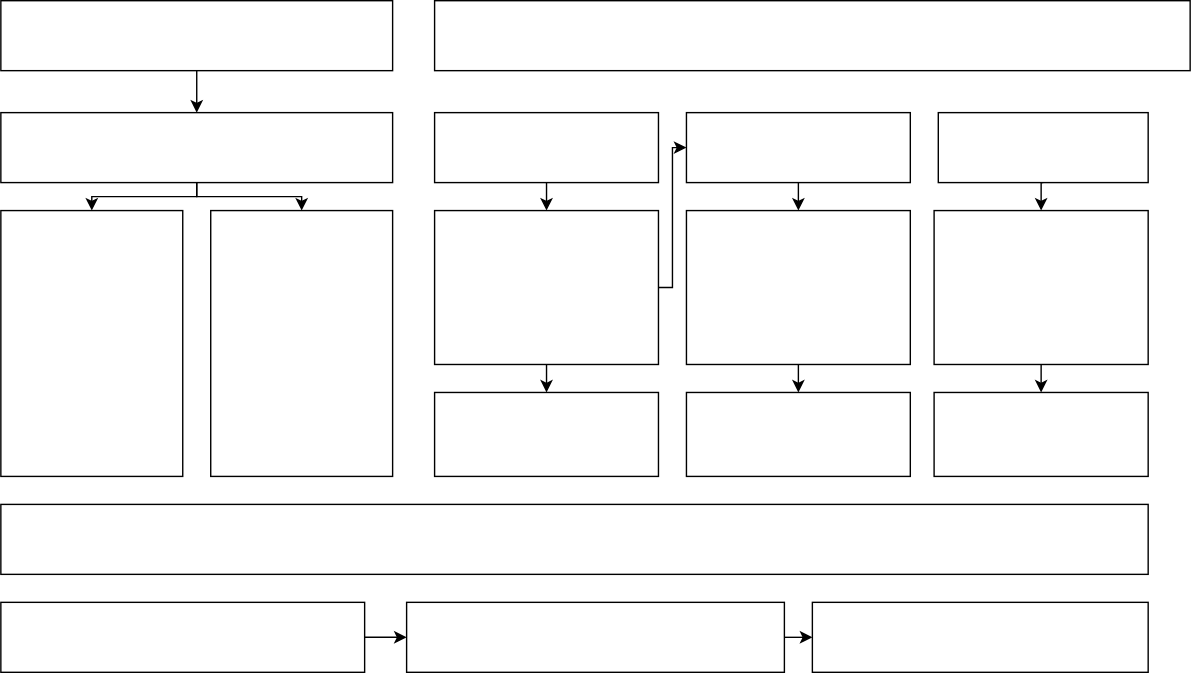
The draw.io diagram 流程1.svg in RyunMi/Math-model-code, before a commit. Source tidied: cells renumbered, new cells last; positions are measured from the earlier drawing's top-left corner, leaving out a move shared by most shapes.
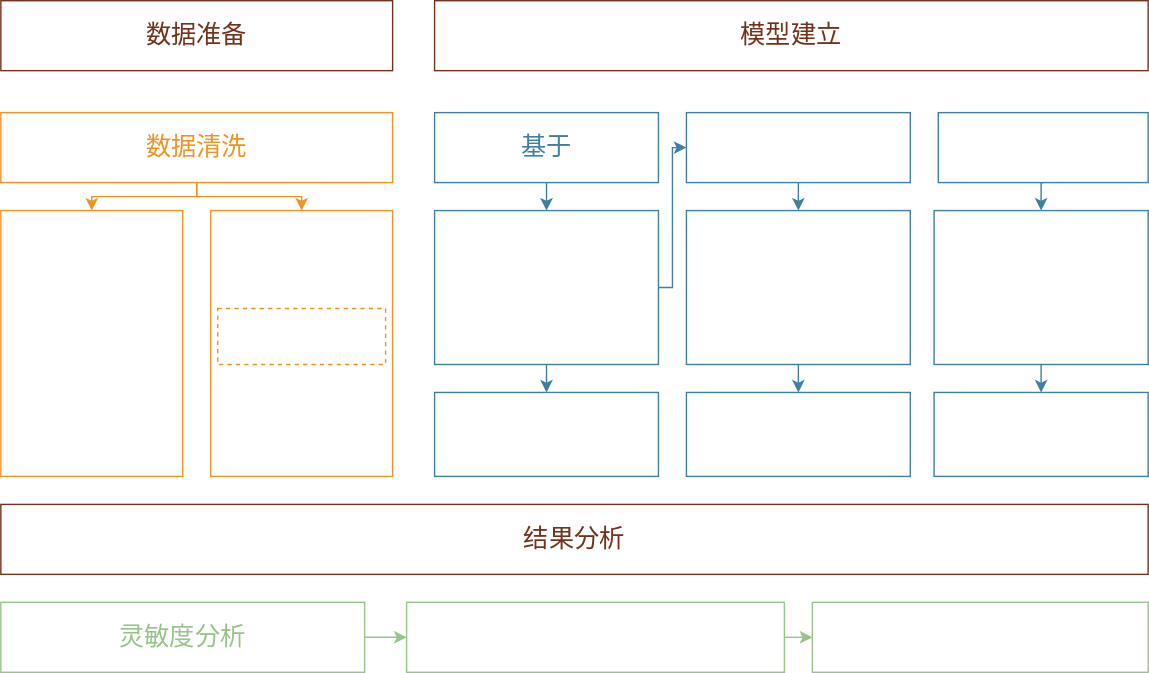
After the commit.

Change to the diagram source:
```diff
@@ -1,14 +1,11 @@
-<mxGraphModel>
+<mxGraphModel math="1">
   <root>
     <mxCell id="0" />
     <mxCell id="1" parent="0" />
-    <mxCell id="2" style="edgeStyle=orthogonalEdgeStyle;rounded=0;jettySize=auto;html=1;exitX=0.5;exitY=1;exitDx=0;exitDy=0;entryX=0.5;entryY=0;entryDx=0;entryDy=0;" parent="1" edge="1" source="3" target="6">
-      <mxGeometry relative="1" as="geometry" />
-    </mxCell>
-    <mxCell id="3" style="rounded=0;whiteSpace=wrap;html=1;" parent="1" vertex="1">
+    <mxCell id="3" value="&lt;font color=&quot;#74321a&quot; style=&quot;font-size: 18px&quot;&gt;数据准备&lt;/font&gt;" style="rounded=0;whiteSpace=wrap;html=1;fillColor=#FFFFFF;strokeColor=#74321A;" parent="1" vertex="1">
       <mxGeometry width="280" height="50" as="geometry" />
     </mxCell>
-    <mxCell id="4" style="edgeStyle=orthogonalEdgeStyle;rounded=0;jettySize=auto;html=1;exitX=0.5;exitY=1;exitDx=0;exitDy=0;entryX=0.5;entryY=0;entryDx=0;entryDy=0;" parent="1" edge="1" source="6" target="8">
+    <mxCell id="4" style="edgeStyle=orthogonalEdgeStyle;rounded=0;jettySize=auto;html=1;exitX=0.5;exitY=1;exitDx=0;exitDy=0;entryX=0.5;entryY=0;entryDx=0;entryDy=0;strokeColor=#F29224;" parent="1" edge="1" source="6" target="8">
       <mxGeometry relative="1" as="geometry">
         <Array as="points">
           <mxPoint x="140" y="140" />
@@ -16,7 +13,7 @@
         </Array>
       </mxGeometry>
     </mxCell>
-    <mxCell id="5" style="edgeStyle=orthogonalEdgeStyle;rounded=0;jettySize=auto;html=1;exitX=0.5;exitY=1;exitDx=0;exitDy=0;entryX=0.5;entryY=0;entryDx=0;entryDy=0;" parent="1" edge="1" source="6" target="9">
+    <mxCell id="5" style="edgeStyle=orthogonalEdgeStyle;rounded=0;jettySize=auto;html=1;exitX=0.5;exitY=1;exitDx=0;exitDy=0;entryX=0.5;entryY=0;entryDx=0;entryDy=0;strokeColor=#F29224;" parent="1" edge="1" source="6" target="9">
       <mxGeometry relative="1" as="geometry">
         <Array as="points">
           <mxPoint x="140" y="140" />
@@ -24,43 +21,43 @@
         </Array>
       </mxGeometry>
     </mxCell>
-    <mxCell id="6" style="rounded=0;whiteSpace=wrap;html=1;" parent="1" vertex="1">
+    <mxCell id="6" value="&lt;font color=&quot;#f29224&quot; style=&quot;font-size: 18px&quot;&gt;数据清洗&lt;/font&gt;" style="rounded=0;whiteSpace=wrap;html=1;strokeColor=#F29224;" parent="1" vertex="1">
       <mxGeometry y="80" width="280" height="50" as="geometry" />
     </mxCell>
-    <mxCell id="7" style="rounded=0;whiteSpace=wrap;html=1;" parent="1" vertex="1">
-      <mxGeometry x="310" width="540" height="50" as="geometry" />
+    <mxCell id="7" value="&lt;font color=&quot;#74321a&quot; style=&quot;font-size: 18px&quot;&gt;模型建立&lt;/font&gt;" style="rounded=0;whiteSpace=wrap;html=1;fillColor=#FFFFFF;strokeColor=#74321A;" parent="1" vertex="1">
+      <mxGeometry x="310" width="510" height="50" as="geometry" />
     </mxCell>
-    <mxCell id="8" style="rounded=0;whiteSpace=wrap;html=1;" parent="1" vertex="1">
+    <mxCell id="8" style="rounded=0;whiteSpace=wrap;html=1;strokeColor=#F29224;" parent="1" vertex="1">
       <mxGeometry y="150" width="130" height="190" as="geometry" />
     </mxCell>
-    <mxCell id="9" style="rounded=0;whiteSpace=wrap;html=1;" parent="1" vertex="1">
+    <mxCell id="9" style="rounded=0;whiteSpace=wrap;html=1;strokeColor=#F29224;" parent="1" vertex="1">
       <mxGeometry x="150" y="150" width="130" height="190" as="geometry" />
     </mxCell>
-    <mxCell id="10" style="edgeStyle=orthogonalEdgeStyle;rounded=0;jettySize=auto;html=1;exitX=0.5;exitY=1;exitDx=0;exitDy=0;entryX=0.5;entryY=0;entryDx=0;entryDy=0;" parent="1" edge="1" source="11" target="19">
+    <mxCell id="10" style="edgeStyle=orthogonalEdgeStyle;rounded=0;jettySize=auto;html=1;exitX=0.5;exitY=1;exitDx=0;exitDy=0;entryX=0.5;entryY=0;entryDx=0;entryDy=0;strokeColor=#3E7FA3;" parent="1" edge="1" source="11" target="19">
       <mxGeometry relative="1" as="geometry" />
     </mxCell>
-    <mxCell id="11" style="rounded=0;whiteSpace=wrap;html=1;" parent="1" vertex="1">
+    <mxCell id="11" value="&lt;font style=&quot;font-size: 18px&quot; color=&quot;#3e7fa3&quot;&gt;基于&lt;/font&gt;" style="rounded=0;whiteSpace=wrap;html=1;strokeColor=#3E7FA3;" parent="1" vertex="1">
       <mxGeometry x="310" y="80" width="160" height="50" as="geometry" />
     </mxCell>
-    <mxCell id="12" style="edgeStyle=orthogonalEdgeStyle;rounded=0;jettySize=auto;html=1;exitX=0.5;exitY=1;exitDx=0;exitDy=0;entryX=0.5;entryY=0;entryDx=0;entryDy=0;" parent="1" edge="1" source="13" target="22">
+    <mxCell id="12" style="edgeStyle=orthogonalEdgeStyle;rounded=0;jettySize=auto;html=1;exitX=0.5;exitY=1;exitDx=0;exitDy=0;entryX=0.5;entryY=0;entryDx=0;entryDy=0;strokeColor=#3E7FA3;" parent="1" edge="1" source="13" target="22">
       <mxGeometry relative="1" as="geometry" />
     </mxCell>
-    <mxCell id="13" style="rounded=0;whiteSpace=wrap;html=1;" parent="1" vertex="1">
+    <mxCell id="13" style="rounded=0;whiteSpace=wrap;html=1;strokeColor=#3E7FA3;" parent="1" vertex="1">
       <mxGeometry x="490" y="80" width="160" height="50" as="geometry" />
     </mxCell>
-    <mxCell id="14" style="edgeStyle=orthogonalEdgeStyle;rounded=0;jettySize=auto;html=1;exitX=0.5;exitY=1;exitDx=0;exitDy=0;entryX=0.5;entryY=0;entryDx=0;entryDy=0;" parent="1" edge="1" source="15" target="25">
+    <mxCell id="14" style="edgeStyle=orthogonalEdgeStyle;rounded=0;jettySize=auto;html=1;exitX=0.5;exitY=1;exitDx=0;exitDy=0;entryX=0.5;entryY=0;entryDx=0;entryDy=0;strokeColor=#3E7FA3;" parent="1" edge="1" source="15" target="25">
       <mxGeometry relative="1" as="geometry" />
     </mxCell>
-    <mxCell id="15" style="rounded=0;whiteSpace=wrap;html=1;" parent="1" vertex="1">
+    <mxCell id="15" style="rounded=0;whiteSpace=wrap;html=1;strokeColor=#3E7FA3;" parent="1" vertex="1">
       <mxGeometry x="670" y="80" width="150" height="50" as="geometry" />
     </mxCell>
-    <mxCell id="16" style="rounded=0;whiteSpace=wrap;html=1;" parent="1" vertex="1">
+    <mxCell id="16" value="&lt;font color=&quot;#74321a&quot; style=&quot;font-size: 18px&quot;&gt;结果分析&lt;/font&gt;" style="rounded=0;whiteSpace=wrap;html=1;strokeColor=#74321A;" parent="1" vertex="1">
       <mxGeometry y="360" width="820" height="50" as="geometry" />
     </mxCell>
-    <mxCell id="17" style="edgeStyle=orthogonalEdgeStyle;rounded=0;jettySize=auto;html=1;exitX=0.5;exitY=1;exitDx=0;exitDy=0;entryX=0.5;entryY=0;entryDx=0;entryDy=0;" parent="1" edge="1" source="19" target="20">
+    <mxCell id="17" style="edgeStyle=orthogonalEdgeStyle;rounded=0;jettySize=auto;html=1;exitX=0.5;exitY=1;exitDx=0;exitDy=0;entryX=0.5;entryY=0;entryDx=0;entryDy=0;strokeColor=#3E7FA3;" parent="1" edge="1" source="19" target="20">
       <mxGeometry relative="1" as="geometry" />
     </mxCell>
-    <mxCell id="18" style="edgeStyle=orthogonalEdgeStyle;rounded=0;jettySize=auto;html=1;exitX=1;exitY=0.5;exitDx=0;exitDy=0;entryX=0;entryY=0.5;entryDx=0;entryDy=0;" parent="1" edge="1" source="19" target="13">
+    <mxCell id="18" style="edgeStyle=orthogonalEdgeStyle;rounded=0;jettySize=auto;html=1;exitX=1;exitY=0.5;exitDx=0;exitDy=0;entryX=0;entryY=0.5;entryDx=0;entryDy=0;strokeColor=#3E7FA3;" parent="1" edge="1" source="19" target="13">
       <mxGeometry relative="1" as="geometry">
         <Array as="points">
           <mxPoint x="480" y="205" />
@@ -68,44 +65,47 @@
         </Array>
       </mxGeometry>
     </mxCell>
-    <mxCell id="19" style="rounded=0;whiteSpace=wrap;html=1;" parent="1" vertex="1">
+    <mxCell id="19" style="rounded=0;whiteSpace=wrap;html=1;strokeColor=#3E7FA3;" parent="1" vertex="1">
       <mxGeometry x="310" y="150" width="160" height="110" as="geometry" />
     </mxCell>
-    <mxCell id="20" style="rounded=0;whiteSpace=wrap;html=1;" parent="1" vertex="1">
+    <mxCell id="20" style="rounded=0;whiteSpace=wrap;html=1;strokeColor=#3E7FA3;" parent="1" vertex="1">
       <mxGeometry x="310" y="280" width="160" height="60" as="geometry" />
     </mxCell>
-    <mxCell id="21" style="edgeStyle=orthogonalEdgeStyle;rounded=0;jettySize=auto;html=1;exitX=0.5;exitY=1;exitDx=0;exitDy=0;entryX=0.5;entryY=0;entryDx=0;entryDy=0;" parent="1" edge="1" source="22" target="23">
+    <mxCell id="21" style="edgeStyle=orthogonalEdgeStyle;rounded=0;jettySize=auto;html=1;exitX=0.5;exitY=1;exitDx=0;exitDy=0;entryX=0.5;entryY=0;entryDx=0;entryDy=0;strokeColor=#3E7FA3;" parent="1" edge="1" source="22" target="23">
       <mxGeometry relative="1" as="geometry" />
     </mxCell>
-    <mxCell id="22" style="rounded=0;whiteSpace=wrap;html=1;" parent="1" vertex="1">
+    <mxCell id="22" style="rounded=0;whiteSpace=wrap;html=1;strokeColor=#3E7FA3;" parent="1" vertex="1">
       <mxGeometry x="490" y="150" width="160" height="110" as="geometry" />
     </mxCell>
-    <mxCell id="23" style="rounded=0;whiteSpace=wrap;html=1;" parent="1" vertex="1">
+    <mxCell id="23" style="rounded=0;whiteSpace=wrap;html=1;strokeColor=#3E7FA3;" parent="1" vertex="1">
       <mxGeometry x="490" y="280" width="160" height="60" as="geometry" />
     </mxCell>
-    <mxCell id="24" style="edgeStyle=orthogonalEdgeStyle;rounded=0;jettySize=auto;html=1;exitX=0.5;exitY=1;exitDx=0;exitDy=0;entryX=0.5;entryY=0;entryDx=0;entryDy=0;" parent="1" edge="1" source="25" target="31">
+    <mxCell id="24" style="edgeStyle=orthogonalEdgeStyle;rounded=0;jettySize=auto;html=1;exitX=0.5;exitY=1;exitDx=0;exitDy=0;entryX=0.5;entryY=0;entryDx=0;entryDy=0;strokeColor=#3E7FA3;" parent="1" edge="1" source="25" target="31">
       <mxGeometry relative="1" as="geometry" />
     </mxCell>
-    <mxCell id="25" style="rounded=0;whiteSpace=wrap;html=1;" parent="1" vertex="1">
+    <mxCell id="25" style="rounded=0;whiteSpace=wrap;html=1;strokeColor=#3E7FA3;" parent="1" vertex="1">
       <mxGeometry x="667" y="150" width="153" height="110" as="geometry" />
     </mxCell>
-    <mxCell id="26" style="edgeStyle=orthogonalEdgeStyle;rounded=0;jettySize=auto;html=1;exitX=1;exitY=0.5;exitDx=0;exitDy=0;entryX=0;entryY=0.5;entryDx=0;entryDy=0;" parent="1" edge="1" source="27" target="29">
+    <mxCell id="26" style="edgeStyle=orthogonalEdgeStyle;rounded=0;jettySize=auto;html=1;exitX=1;exitY=0.5;exitDx=0;exitDy=0;entryX=0;entryY=0.5;entryDx=0;entryDy=0;strokeColor=#98C38B;" parent="1" edge="1" source="27" target="29">
       <mxGeometry relative="1" as="geometry" />
     </mxCell>
-    <mxCell id="27" style="rounded=0;whiteSpace=wrap;html=1;" parent="1" vertex="1">
+    <mxCell id="27" value="&lt;font color=&quot;#98c38b&quot; style=&quot;font-size: 18px&quot;&gt;灵敏度分析&lt;/font&gt;" style="rounded=0;whiteSpace=wrap;html=1;strokeColor=#98C38B;" parent="1" vertex="1">
       <mxGeometry y="430" width="260" height="50" as="geometry" />
     </mxCell>
-    <mxCell id="28" style="edgeStyle=orthogonalEdgeStyle;rounded=0;jettySize=auto;html=1;exitX=1;exitY=0.5;exitDx=0;exitDy=0;entryX=0;entryY=0.5;entryDx=0;entryDy=0;" parent="1" edge="1" source="29" target="30">
+    <mxCell id="28" style="edgeStyle=orthogonalEdgeStyle;rounded=0;jettySize=auto;html=1;exitX=1;exitY=0.5;exitDx=0;exitDy=0;entryX=0;entryY=0.5;entryDx=0;entryDy=0;strokeColor=#98C38B;" parent="1" edge="1" source="29" target="30">
       <mxGeometry relative="1" as="geometry" />
     </mxCell>
-    <mxCell id="29" style="rounded=0;whiteSpace=wrap;html=1;" parent="1" vertex="1">
+    <mxCell id="29" style="rounded=0;whiteSpace=wrap;html=1;strokeColor=#98C38B;" parent="1" vertex="1">
       <mxGeometry x="290" y="430" width="270" height="50" as="geometry" />
     </mxCell>
-    <mxCell id="30" style="rounded=0;whiteSpace=wrap;html=1;" parent="1" vertex="1">
+    <mxCell id="30" style="rounded=0;whiteSpace=wrap;html=1;strokeColor=#98C38B;" parent="1" vertex="1">
       <mxGeometry x="580" y="430" width="240" height="50" as="geometry" />
     </mxCell>
-    <mxCell id="31" style="rounded=0;whiteSpace=wrap;html=1;" parent="1" vertex="1">
+    <mxCell id="31" style="rounded=0;whiteSpace=wrap;html=1;strokeColor=#3E7FA3;" parent="1" vertex="1">
       <mxGeometry x="667" y="280" width="153" height="60" as="geometry" />
     </mxCell>
+    <mxCell id="32" style="rounded=0;whiteSpace=wrap;html=1;fillColor=#FFFFFF;dashed=1;strokeColor=#F29224;" parent="1" vertex="1">
+      <mxGeometry x="155" y="220" width="120" height="40" as="geometry" />
+    </mxCell>
   </root>
 </mxGraphModel>
```
